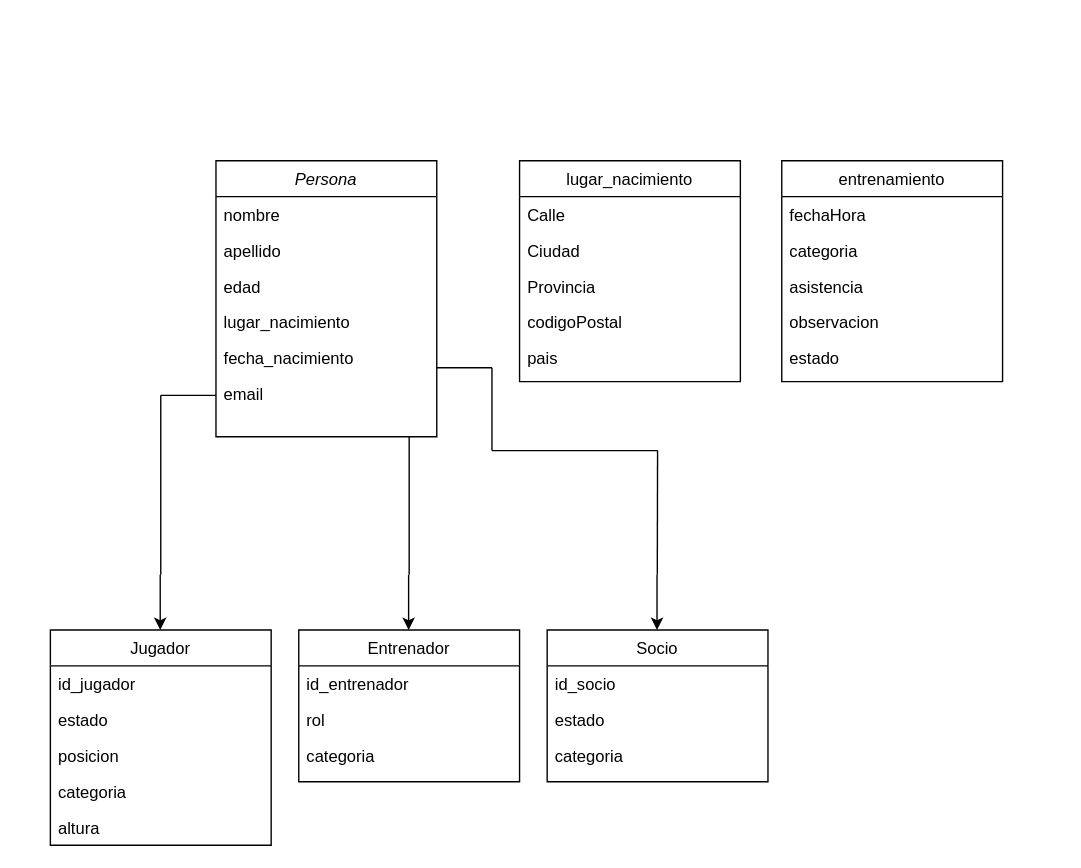
Above: diagrama_clases.drawio in tommarenco10/TPC-Equipo-8B (draw.io), before the change. Source tidied: cells renumbered, new cells numbered last; positions are measured from the earlier drawing's top-left corner, leaving out a move shared by most shapes. Both pictures are drawn from the tidied source at 138%, with x=0, y=0 at pixel (50, 160).
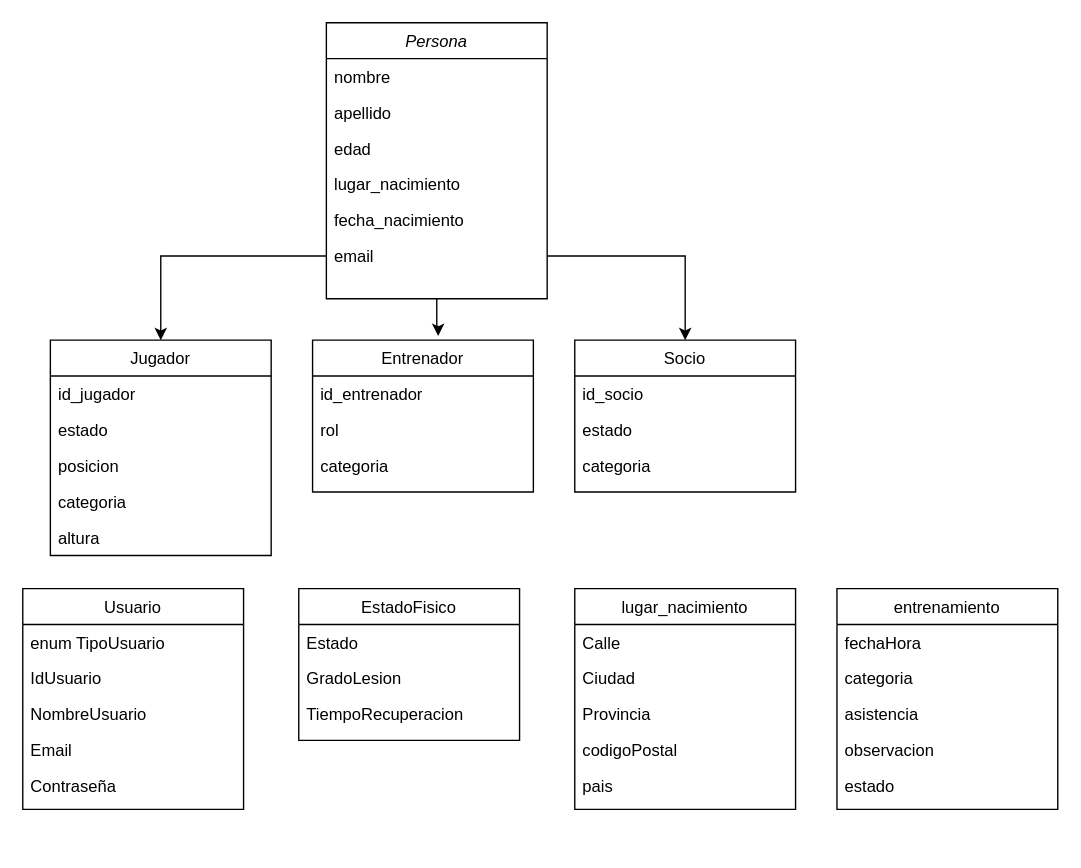
Above is the later version.

Unchanged cells that the change refers to:
```xml
<mxCell id="8" value="email&#10;&#10;" style="text;align=left;verticalAlign=top;spacingLeft=4;spacingRight=4;overflow=hidden;points=[[0,0.5],[1,0.5]];portConstraint=eastwest;rounded=0;shadow=0;html=0;" parent="2" vertex="1">
  <mxGeometry y="156" width="160" height="26" as="geometry" />
</mxCell>
```

Change to the diagram source:
```diff
@@
     <mxCell id="2" value="Persona" style="swimlane;fontStyle=2;align=center;verticalAlign=top;horizontal=1;startSize=26;rounded=0;shadow=0;strokeWidth=1;" parent="1" vertex="1">
-      <mxGeometry x="120" width="160" height="200" as="geometry" />
+      <mxGeometry x="200" y="-100" width="160" height="200" as="geometry" />
     </mxCell>
@@
     <mxCell id="9" value="Jugador&#10;&#10;" style="swimlane;fontStyle=0;align=center;verticalAlign=top;horizontal=1;startSize=26;rounded=0;shadow=0;strokeWidth=1;" parent="1" vertex="1">
-      <mxGeometry y="340" width="160" height="156" as="geometry" />
+      <mxGeometry y="130" width="160" height="156" as="geometry" />
     </mxCell>
@@
     <mxCell id="15" value="lugar_nacimiento" style="swimlane;fontStyle=0;align=center;verticalAlign=top;horizontal=1;startSize=26;rounded=0;shadow=0;strokeWidth=1;" parent="1" vertex="1">
-      <mxGeometry x="340" width="160" height="160" as="geometry" />
+      <mxGeometry x="380" y="310" width="160" height="160" as="geometry" />
     </mxCell>
@@
     <mxCell id="21" value="Entrenador&#10;" style="swimlane;fontStyle=0;align=center;verticalAlign=top;horizontal=1;startSize=26;rounded=0;shadow=0;strokeWidth=1;" parent="1" vertex="1">
-      <mxGeometry x="180" y="340" width="160" height="110" as="geometry" />
+      <mxGeometry x="190" y="130" width="160" height="110" as="geometry" />
     </mxCell>
@@
     <mxCell id="25" value="Socio&#10;" style="swimlane;fontStyle=0;align=center;verticalAlign=top;horizontal=1;startSize=26;rounded=0;shadow=0;strokeWidth=1;" parent="1" vertex="1">
-      <mxGeometry x="360" y="340" width="160" height="110" as="geometry" />
+      <mxGeometry x="380" y="130" width="160" height="110" as="geometry" />
     </mxCell>
@@
-    <mxCell id="29" style="endArrow=classic;html=1;rounded=0;" parent="1" edge="1">
-      <mxGeometry relative="1" as="geometry">
-        <mxPoint x="79.6" y="300" as="sourcePoint" />
-        <mxPoint x="79.6" y="340" as="targetPoint" />
-      </mxGeometry>
-    </mxCell>
-    <mxCell id="30" style="endArrow=classic;html=1;rounded=0;" parent="1" edge="1">
-      <mxGeometry relative="1" as="geometry">
-        <mxPoint x="259.6" y="300" as="sourcePoint" />
-        <mxPoint x="259.6" y="340" as="targetPoint" />
-      </mxGeometry>
-    </mxCell>
-    <mxCell id="31" style="endArrow=classic;html=1;rounded=0;" parent="1" edge="1">
-      <mxGeometry relative="1" as="geometry">
-        <mxPoint x="439.6" y="300" as="sourcePoint" />
-        <mxPoint x="439.6" y="340" as="targetPoint" />
-      </mxGeometry>
-    </mxCell>
-    <mxCell id="32" style="endArrow=none;html=1;rounded=0;" parent="1" edge="1">
-      <mxGeometry relative="1" as="geometry">
-        <mxPoint x="260" y="300" as="sourcePoint" />
-        <mxPoint x="260" y="200" as="targetPoint" />
-      </mxGeometry>
-    </mxCell>
-    <mxCell id="33" style="endArrow=none;html=1;rounded=0;" parent="1" edge="1">
-      <mxGeometry relative="1" as="geometry">
-        <mxPoint x="320" y="210" as="sourcePoint" />
-        <mxPoint x="440" y="210" as="targetPoint" />
-      </mxGeometry>
-    </mxCell>
-    <mxCell id="34" style="endArrow=none;html=1;rounded=0;" parent="1" edge="1">
-      <mxGeometry relative="1" as="geometry">
-        <mxPoint x="280" y="150" as="sourcePoint" />
-        <mxPoint x="320" y="150" as="targetPoint" />
-      </mxGeometry>
-    </mxCell>
-    <mxCell id="35" style="endArrow=none;html=1;rounded=0;" parent="1" edge="1">
-      <mxGeometry relative="1" as="geometry">
-        <mxPoint x="320" y="210" as="sourcePoint" />
-        <mxPoint x="320" y="150" as="targetPoint" />
-      </mxGeometry>
-    </mxCell>
     <mxCell id="36" value="entrenamiento&#10;" style="swimlane;fontStyle=0;align=center;verticalAlign=top;horizontal=1;startSize=26;rounded=0;shadow=0;strokeWidth=1;" parent="1" vertex="1">
-      <mxGeometry x="530" width="160" height="160" as="geometry" />
+      <mxGeometry x="570" y="310" width="160" height="160" as="geometry" />
     </mxCell>
@@
-    <mxCell id="42" style="endArrow=none;html=1;rounded=0;" parent="1" edge="1">
-      <mxGeometry relative="1" as="geometry">
-        <mxPoint x="80" y="300" as="sourcePoint" />
-        <mxPoint x="80" y="170" as="targetPoint" />
-      </mxGeometry>
-    </mxCell>
-    <mxCell id="43" style="endArrow=none;html=1;rounded=0;" parent="1" edge="1">
-      <mxGeometry relative="1" as="geometry">
-        <mxPoint x="80" y="170" as="sourcePoint" />
-        <mxPoint x="120" y="170" as="targetPoint" />
-      </mxGeometry>
-    </mxCell>
-    <mxCell id="44" style="endArrow=none;html=1;rounded=0;" parent="1" edge="1">
-      <mxGeometry relative="1" as="geometry">
-        <mxPoint x="439.8" y="300" as="sourcePoint" />
-        <mxPoint x="440" y="210" as="targetPoint" />
-      </mxGeometry>
-    </mxCell>
+    <mxCell id="45" value="Usuario" style="swimlane;fontStyle=0;align=center;verticalAlign=top;horizontal=1;startSize=26;rounded=0;shadow=0;strokeWidth=1;" parent="1" vertex="1">
+      <mxGeometry x="-20" y="310" width="160" height="160" as="geometry" />
+    </mxCell>
+    <mxCell id="46" value="enum TipoUsuario    " style="text;align=left;verticalAlign=top;spacingLeft=4;spacingRight=4;overflow=hidden;" parent="45" vertex="1">
+      <mxGeometry y="26" width="160" height="26" as="geometry" />
+    </mxCell>
+    <mxCell id="47" value="IdUsuario" style="text;align=left;verticalAlign=top;spacingLeft=4;spacingRight=4;overflow=hidden;rounded=0;shadow=0;html=0;" parent="45" vertex="1">
+      <mxGeometry y="52" width="160" height="26" as="geometry" />
+    </mxCell>
+    <mxCell id="48" value="NombreUsuario" style="text;align=left;verticalAlign=top;spacingLeft=4;spacingRight=4;overflow=hidden;rounded=0;shadow=0;html=0;" parent="45" vertex="1">
+      <mxGeometry y="78" width="160" height="26" as="geometry" />
+    </mxCell>
+    <mxCell id="49" value="Email" style="text;align=left;verticalAlign=top;spacingLeft=4;spacingRight=4;overflow=hidden;rounded=0;shadow=0;html=0;" parent="45" vertex="1">
+      <mxGeometry y="104" width="160" height="26" as="geometry" />
+    </mxCell>
+    <mxCell id="50" value="Contraseña" style="text;align=left;verticalAlign=top;spacingLeft=4;spacingRight=4;overflow=hidden;rounded=0;shadow=0;html=0;" parent="45" vertex="1">
+      <mxGeometry y="130" width="160" height="26" as="geometry" />
+    </mxCell>
+    <mxCell id="51" value="EstadoFisico" style="swimlane;fontStyle=0;align=center;verticalAlign=top;horizontal=1;startSize=26;rounded=0;shadow=0;strokeWidth=1;" parent="1" vertex="1">
+      <mxGeometry x="180" y="310" width="160" height="110" as="geometry" />
+    </mxCell>
+    <mxCell id="52" value="Estado" style="text;align=left;verticalAlign=top;spacingLeft=4;spacingRight=4;overflow=hidden;" parent="51" vertex="1">
+      <mxGeometry y="26" width="160" height="26" as="geometry" />
+    </mxCell>
+    <mxCell id="53" value="GradoLesion" style="text;align=left;verticalAlign=top;spacingLeft=4;spacingRight=4;overflow=hidden;rounded=0;shadow=0;html=0;" parent="51" vertex="1">
+      <mxGeometry y="52" width="160" height="26" as="geometry" />
+    </mxCell>
+    <mxCell id="54" value="TiempoRecuperacion" style="text;align=left;verticalAlign=top;spacingLeft=4;spacingRight=4;overflow=hidden;rounded=0;shadow=0;html=0;" parent="51" vertex="1">
+      <mxGeometry y="78" width="160" height="26" as="geometry" />
+    </mxCell>
+    <mxCell id="55" style="edgeStyle=orthogonalEdgeStyle;rounded=0;jettySize=auto;html=1;entryX=0.5;entryY=0;entryDx=0;entryDy=0;" parent="1" edge="1" source="8" target="25">
+      <mxGeometry relative="1" as="geometry" />
+    </mxCell>
+    <mxCell id="56" style="edgeStyle=orthogonalEdgeStyle;rounded=0;jettySize=auto;html=1;entryX=0.569;entryY=-0.027;entryDx=0;entryDy=0;entryPerimeter=0;" parent="1" edge="1" source="2" target="21">
+      <mxGeometry relative="1" as="geometry" />
+    </mxCell>
+    <mxCell id="57" style="edgeStyle=orthogonalEdgeStyle;rounded=0;jettySize=auto;html=1;entryX=0.5;entryY=0;entryDx=0;entryDy=0;" parent="1" edge="1" source="8" target="9">
+      <mxGeometry relative="1" as="geometry" />
+    </mxCell>
```
